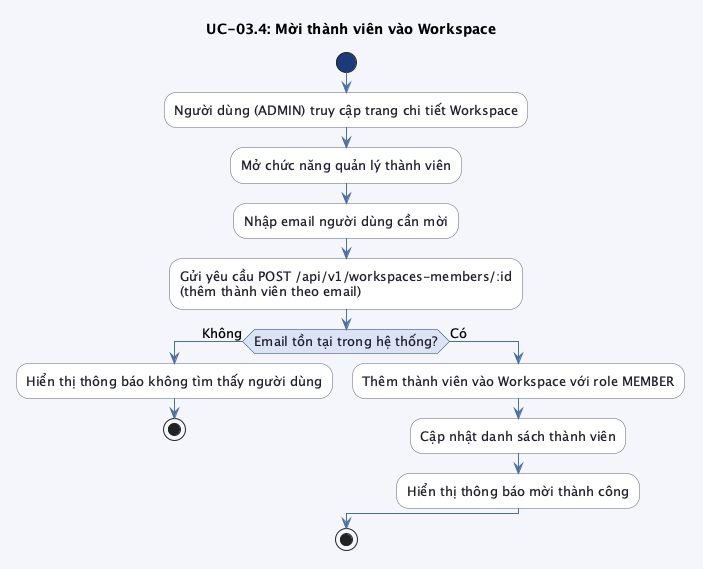
Before: src/images/chap3/activity_uc03_4.png, a diagram exported from PlantUML (trongnhan34vn/trello-report).
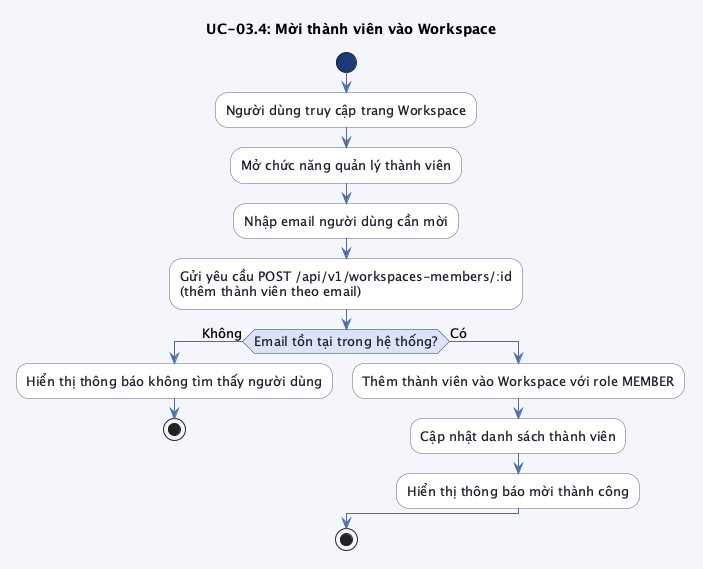
The same diagram one commit later.

What changed in the source:
```diff
@@ -19,7 +19,7 @@
 
 start
 
-:Người dùng (ADMIN) truy cập trang chi tiết Workspace;
+:Người dùng truy cập trang Workspace;
 :Mở chức năng quản lý thành viên;
 :Nhập email người dùng cần mời;
 :Gửi yêu cầu POST /api/v1/workspaces-members/:id\n(thêm thành viên theo email);
```
